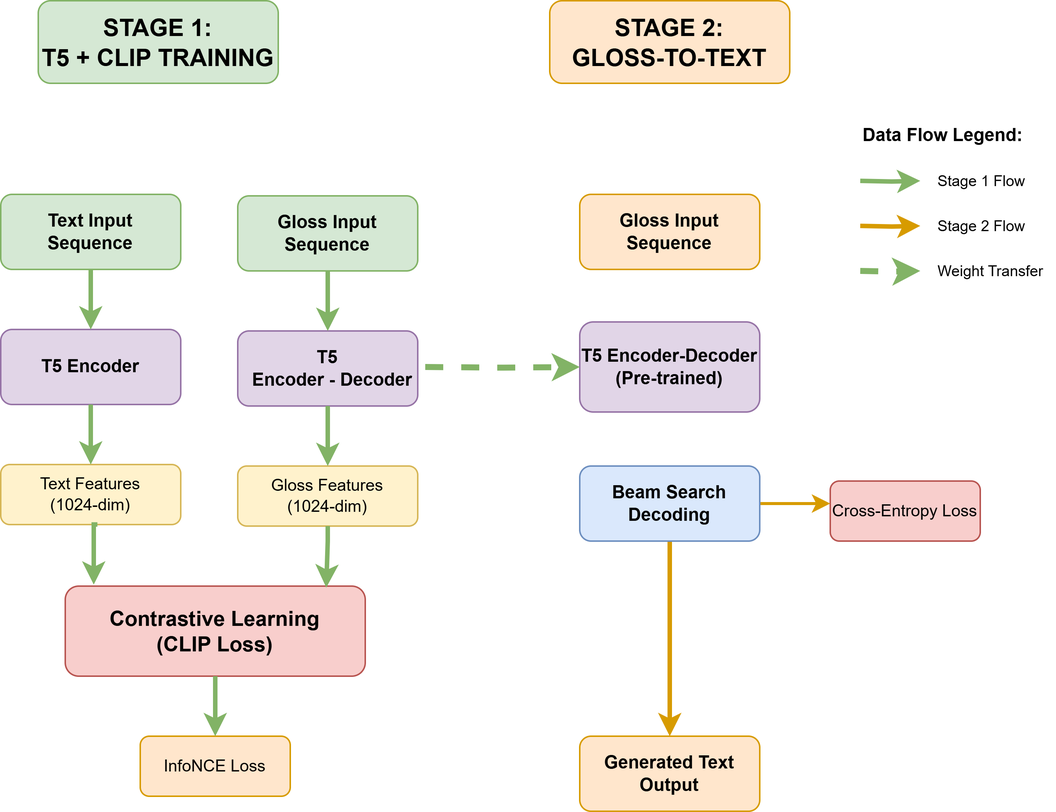
Before: images/t5-g2t.png, a diagram exported from draw.io (tinh2044/T5-G2T). Source tidied: cells renumbered, new cells last; positions are measured from the earlier drawing's top-left corner, leaving out a move shared by most shapes. Its diagram source:
```xml
<mxGraphModel>
  <root>
    <mxCell id="0" />
    <mxCell id="1" parent="0" />
    <mxCell id="2" value="STAGE 1: &lt;br&gt;T5 + CLIP TRAINING" style="text;html=1;strokeColor=#82b366;fillColor=#d5e8d4;align=center;verticalAlign=middle;whiteSpace=wrap;rounded=1;fontSize=16;fontStyle=1;" parent="1" vertex="1">
      <mxGeometry x="25" width="160" height="55" as="geometry" />
    </mxCell>
    <mxCell id="3" value="Contrastive Learning&#10;(CLIP Loss)" style="rounded=1;whiteSpace=wrap;html=1;fillColor=#f8cecc;strokeColor=#b85450;fontSize=14;fontStyle=1;" parent="1" vertex="1">
      <mxGeometry x="43" y="390" width="200" height="60" as="geometry" />
    </mxCell>
    <mxCell id="4" value="InfoNCE Loss" style="rounded=1;whiteSpace=wrap;html=1;fillColor=#ffe6cc;strokeColor=#d79b00;fontSize=11;" parent="1" vertex="1">
      <mxGeometry x="93" y="490" width="100" height="40" as="geometry" />
    </mxCell>
    <mxCell id="5" value="STAGE 2: &lt;br&gt;GLOSS-TO-TEXT" style="text;html=1;strokeColor=#d79b00;fillColor=#ffe6cc;align=center;verticalAlign=middle;whiteSpace=wrap;rounded=1;fontSize=16;fontStyle=1;" parent="1" vertex="1">
      <mxGeometry x="366" width="160" height="55" as="geometry" />
    </mxCell>
    <mxCell id="6" value="Gloss Input&#10;Sequence" style="rounded=1;whiteSpace=wrap;html=1;fillColor=#ffe6cc;strokeColor=#d79b00;fontSize=12;fontStyle=1;" parent="1" vertex="1">
      <mxGeometry x="386" y="129" width="120" height="50" as="geometry" />
    </mxCell>
    <mxCell id="7" value="T5 Encoder-Decoder&#10;(Pre-trained)" style="rounded=1;whiteSpace=wrap;html=1;fillColor=#e1d5e7;strokeColor=#9673a6;fontSize=12;fontStyle=1;" parent="1" vertex="1">
      <mxGeometry x="386" y="214" width="120" height="60" as="geometry" />
    </mxCell>
    <mxCell id="8" value="Generated Text&#10;Output" style="rounded=1;whiteSpace=wrap;html=1;fillColor=#ffe6cc;strokeColor=#d79b00;fontSize=12;fontStyle=1;" parent="1" vertex="1">
      <mxGeometry x="386" y="490" width="120" height="50" as="geometry" />
    </mxCell>
    <mxCell id="9" value="Cross-Entropy Loss" style="rounded=1;whiteSpace=wrap;html=1;fillColor=#f8cecc;strokeColor=#b85450;fontSize=11;" parent="1" vertex="1">
      <mxGeometry x="553" y="320" width="100" height="40" as="geometry" />
    </mxCell>
    <mxCell id="10" style="edgeStyle=orthogonalEdgeStyle;rounded=0;jettySize=auto;html=1;strokeWidth=3;strokeColor=#82b366;" parent="1" edge="1" source="3" target="4">
      <mxGeometry relative="1" as="geometry" />
    </mxCell>
    <mxCell id="11" style="edgeStyle=orthogonalEdgeStyle;rounded=0;jettySize=auto;html=1;strokeWidth=3;strokeColor=#d79b00;" parent="1" edge="1" source="13" target="8">
      <mxGeometry relative="1" as="geometry" />
    </mxCell>
    <mxCell id="12" style="edgeStyle=orthogonalEdgeStyle;rounded=0;jettySize=auto;html=1;strokeWidth=2;strokeColor=#d79b00;" parent="1" edge="1" source="13" target="9">
      <mxGeometry relative="1" as="geometry">
        <Array as="points">
          <mxPoint x="506" y="344" />
          <mxPoint x="506" y="344" />
        </Array>
      </mxGeometry>
    </mxCell>
    <mxCell id="13" value="Beam Search&#10;Decoding" style="rounded=1;whiteSpace=wrap;html=1;fillColor=#dae8fc;strokeColor=#6c8ebf;fontSize=12;fontStyle=1;" parent="1" vertex="1">
      <mxGeometry x="386" y="310" width="120" height="50" as="geometry" />
    </mxCell>
    <mxCell id="14" value="Text Input&#10;Sequence" style="rounded=1;whiteSpace=wrap;html=1;fillColor=#d5e8d4;strokeColor=#82b366;fontSize=12;fontStyle=1;" parent="1" vertex="1">
      <mxGeometry y="129" width="120" height="50" as="geometry" />
    </mxCell>
    <mxCell id="15" value="T5 Encoder" style="rounded=1;whiteSpace=wrap;html=1;fillColor=#e1d5e7;strokeColor=#9673a6;fontSize=12;fontStyle=1;" parent="1" vertex="1">
      <mxGeometry y="219" width="120" height="50" as="geometry" />
    </mxCell>
    <mxCell id="16" value="Text Features&#10;(1024-dim)" style="rounded=1;whiteSpace=wrap;html=1;fillColor=#fff2cc;strokeColor=#d6b656;fontSize=11;" parent="1" vertex="1">
      <mxGeometry y="309" width="120" height="40" as="geometry" />
    </mxCell>
    <mxCell id="17" style="edgeStyle=orthogonalEdgeStyle;rounded=0;jettySize=auto;html=1;strokeWidth=3;strokeColor=#82b366;" parent="1" edge="1" source="14" target="15">
      <mxGeometry relative="1" as="geometry" />
    </mxCell>
    <mxCell id="18" style="edgeStyle=orthogonalEdgeStyle;rounded=0;jettySize=auto;html=1;strokeWidth=3;strokeColor=#82b366;" parent="1" edge="1" source="15" target="16">
      <mxGeometry relative="1" as="geometry" />
    </mxCell>
    <mxCell id="19" style="edgeStyle=orthogonalEdgeStyle;rounded=0;jettySize=auto;html=1;strokeWidth=3;strokeColor=#82b366;entryX=0.912;entryY=-0.016;entryDx=0;entryDy=0;exitX=0.537;exitY=0.998;exitDx=0;exitDy=0;entryPerimeter=0;exitPerimeter=0;" parent="1" edge="1" source="16">
      <mxGeometry relative="1" as="geometry">
        <mxPoint x="62" y="389" as="targetPoint" />
        <Array as="points">
          <mxPoint x="62" y="349" />
          <mxPoint x="62" y="380" />
          <mxPoint x="62" y="380" />
        </Array>
      </mxGeometry>
    </mxCell>
    <mxCell id="20" value="Gloss Input&#10;Sequence" style="rounded=1;whiteSpace=wrap;html=1;fillColor=#d5e8d4;strokeColor=#82b366;fontSize=12;fontStyle=1;" parent="1" vertex="1">
      <mxGeometry x="158" y="130" width="120" height="50" as="geometry" />
    </mxCell>
    <mxCell id="21" value="T5&lt;br&gt;&amp;nbsp; Encoder - Decoder" style="rounded=1;whiteSpace=wrap;html=1;fillColor=#e1d5e7;strokeColor=#9673a6;fontSize=12;fontStyle=1;" parent="1" vertex="1">
      <mxGeometry x="158" y="220" width="120" height="50" as="geometry" />
    </mxCell>
    <mxCell id="22" value="Gloss Features&#10;(1024-dim)" style="rounded=1;whiteSpace=wrap;html=1;fillColor=#fff2cc;strokeColor=#d6b656;fontSize=11;" parent="1" vertex="1">
      <mxGeometry x="158" y="310" width="120" height="40" as="geometry" />
    </mxCell>
    <mxCell id="23" style="edgeStyle=orthogonalEdgeStyle;rounded=0;jettySize=auto;html=1;strokeWidth=3;strokeColor=#82b366;" parent="1" edge="1" source="20" target="21">
      <mxGeometry relative="1" as="geometry" />
    </mxCell>
    <mxCell id="24" style="edgeStyle=orthogonalEdgeStyle;rounded=0;jettySize=auto;html=1;strokeWidth=3;strokeColor=#82b366;" parent="1" edge="1" source="21" target="22">
      <mxGeometry relative="1" as="geometry" />
    </mxCell>
    <mxCell id="25" style="edgeStyle=orthogonalEdgeStyle;rounded=0;jettySize=auto;html=1;strokeWidth=3;strokeColor=#82b366;entryX=0.086;entryY=0.022;entryDx=0;entryDy=0;entryPerimeter=0;" parent="1" edge="1" source="22">
      <mxGeometry relative="1" as="geometry">
        <mxPoint x="217" y="391" as="targetPoint" />
        <Array as="points">
          <mxPoint x="218" y="360" />
          <mxPoint x="217" y="360" />
        </Array>
      </mxGeometry>
    </mxCell>
    <mxCell id="26" style="edgeStyle=orthogonalEdgeStyle;rounded=0;jettySize=auto;html=1;strokeWidth=4;strokeColor=#82b366;dashed=1;entryX=0;entryY=0.5;entryDx=0;entryDy=0;" parent="1" edge="1" target="7">
      <mxGeometry x="50" y="1300" as="geometry">
        <mxPoint x="283" y="244" as="sourcePoint" />
      </mxGeometry>
    </mxCell>
    <mxCell id="27" value="Data Flow Legend:" style="text;html=1;strokeColor=none;fillColor=none;align=left;verticalAlign=middle;whiteSpace=wrap;rounded=0;fontSize=12;fontStyle=1;" parent="1" vertex="1">
      <mxGeometry x="573" y="80" width="120" height="20" as="geometry" />
    </mxCell>
    <mxCell id="28" value="Stage 1 Flow" style="text;html=1;strokeColor=none;fillColor=none;align=left;verticalAlign=middle;whiteSpace=wrap;rounded=0;fontSize=10;" parent="1" vertex="1">
      <mxGeometry x="623" y="110" width="80" height="20" as="geometry" />
    </mxCell>
    <mxCell id="29" style="edgeStyle=orthogonalEdgeStyle;rounded=0;orthogonalLoop=1;jettySize=auto;html=1;strokeWidth=3;strokeColor=#82b366;" parent="1" edge="1">
      <mxGeometry x="50" y="1240" as="geometry">
        <mxPoint x="573" y="120" as="sourcePoint" />
        <mxPoint x="613" y="120" as="targetPoint" />
      </mxGeometry>
    </mxCell>
    <mxCell id="30" value="Stage 2 Flow" style="text;html=1;strokeColor=none;fillColor=none;align=left;verticalAlign=middle;whiteSpace=wrap;rounded=0;fontSize=10;" parent="1" vertex="1">
      <mxGeometry x="623" y="140" width="80" height="20" as="geometry" />
    </mxCell>
    <mxCell id="31" style="edgeStyle=orthogonalEdgeStyle;rounded=0;orthogonalLoop=1;jettySize=auto;html=1;strokeWidth=3;strokeColor=#d79b00;" parent="1" edge="1">
      <mxGeometry x="50" y="1270" as="geometry">
        <mxPoint x="573" y="150" as="sourcePoint" />
        <mxPoint x="613" y="150" as="targetPoint" />
      </mxGeometry>
    </mxCell>
    <mxCell id="32" value="Weight Transfer" style="text;html=1;strokeColor=none;fillColor=none;align=left;verticalAlign=middle;whiteSpace=wrap;rounded=0;fontSize=10;" parent="1" vertex="1">
      <mxGeometry x="623" y="170" width="80" height="20" as="geometry" />
    </mxCell>
    <mxCell id="33" style="edgeStyle=orthogonalEdgeStyle;rounded=0;orthogonalLoop=1;jettySize=auto;html=1;strokeWidth=4;strokeColor=#82b366;dashed=1;" parent="1" edge="1">
      <mxGeometry x="50" y="1300" as="geometry">
        <mxPoint x="573" y="180" as="sourcePoint" />
        <mxPoint x="613" y="180" as="targetPoint" />
      </mxGeometry>
    </mxCell>
  </root>
</mxGraphModel>
```
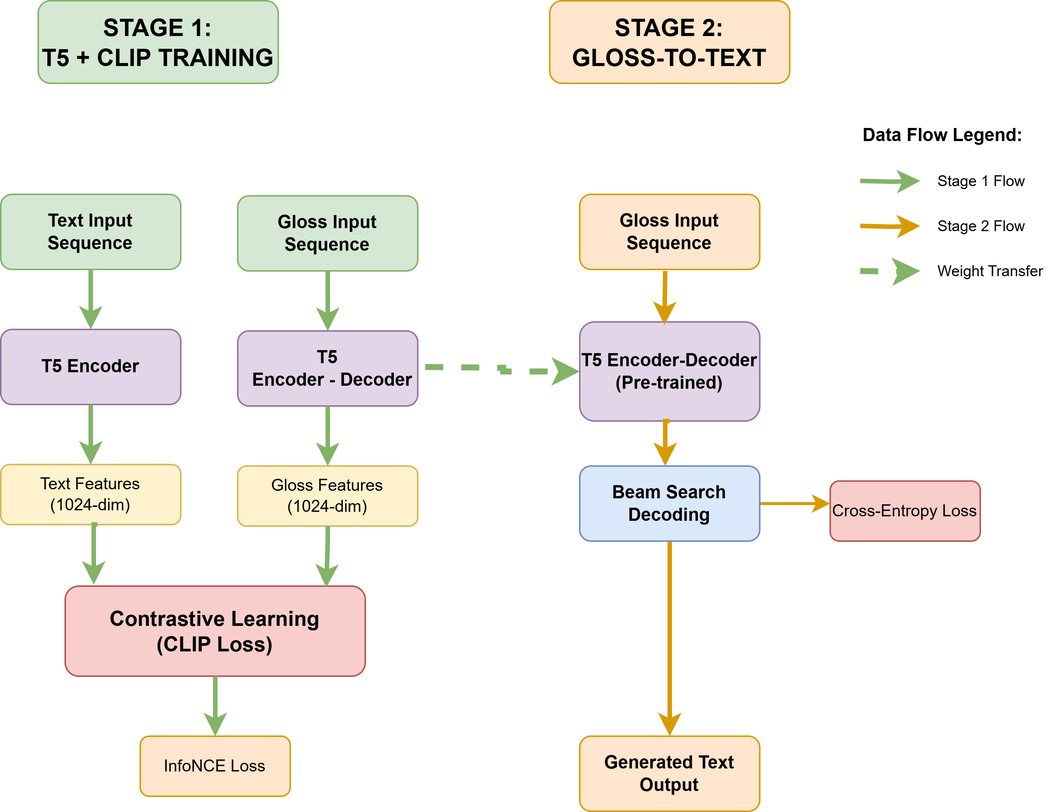
Later version of the same file.

Change to the diagram source:
```diff
@@ -18,7 +18,7 @@
       <mxGeometry x="386" y="129" width="120" height="50" as="geometry" />
     </mxCell>
     <mxCell id="7" value="T5 Encoder-Decoder&#10;(Pre-trained)" style="rounded=1;whiteSpace=wrap;html=1;fillColor=#e1d5e7;strokeColor=#9673a6;fontSize=12;fontStyle=1;" parent="1" vertex="1">
-      <mxGeometry x="386" y="214" width="120" height="60" as="geometry" />
+      <mxGeometry x="386" y="214" width="120" height="66" as="geometry" />
     </mxCell>
     <mxCell id="8" value="Generated Text&#10;Output" style="rounded=1;whiteSpace=wrap;html=1;fillColor=#ffe6cc;strokeColor=#d79b00;fontSize=12;fontStyle=1;" parent="1" vertex="1">
       <mxGeometry x="386" y="490" width="120" height="50" as="geometry" />
@@ -127,5 +127,15 @@
         <mxPoint x="613" y="180" as="targetPoint" />
       </mxGeometry>
     </mxCell>
+    <mxCell id="34" style="edgeStyle=orthogonalEdgeStyle;rounded=0;jettySize=auto;html=1;strokeWidth=3;strokeColor=#d79b00;exitX=0.5;exitY=1;exitDx=0;exitDy=0;" parent="1" edge="1" source="7">
+      <mxGeometry relative="1" as="geometry">
+        <mxPoint x="443" y="310" as="targetPoint" />
+      </mxGeometry>
+    </mxCell>
+    <mxCell id="35" style="edgeStyle=orthogonalEdgeStyle;rounded=0;jettySize=auto;html=1;strokeWidth=3;strokeColor=#d79b00;entryX=0.47;entryY=0.031;entryDx=0;entryDy=0;entryPerimeter=0;" parent="1" edge="1" target="7">
+      <mxGeometry relative="1" as="geometry">
+        <mxPoint x="443" y="180" as="sourcePoint" />
+      </mxGeometry>
+    </mxCell>
   </root>
 </mxGraphModel>
```
